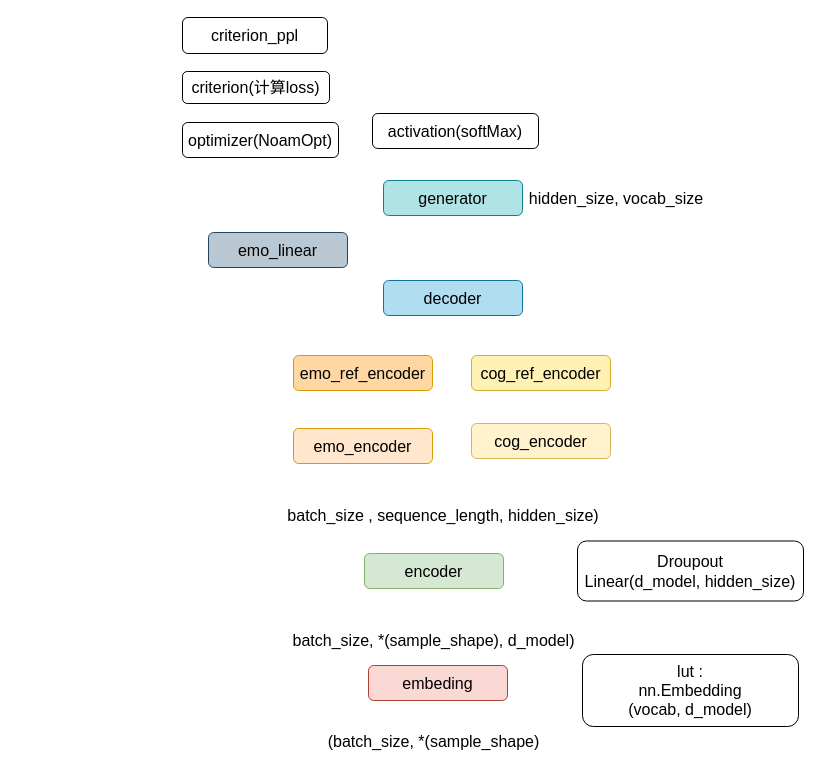
Before: CEM.drawio in ShizhongP/dl-notes, a draw.io diagram. Source tidied: cells renumbered, new cells numbered last; positions are measured from the earlier drawing's top-left corner, leaving out a move shared by most shapes. Both pictures are drawn from the tidied source at 100%, with x=0, y=0 at pixel (182, 17).
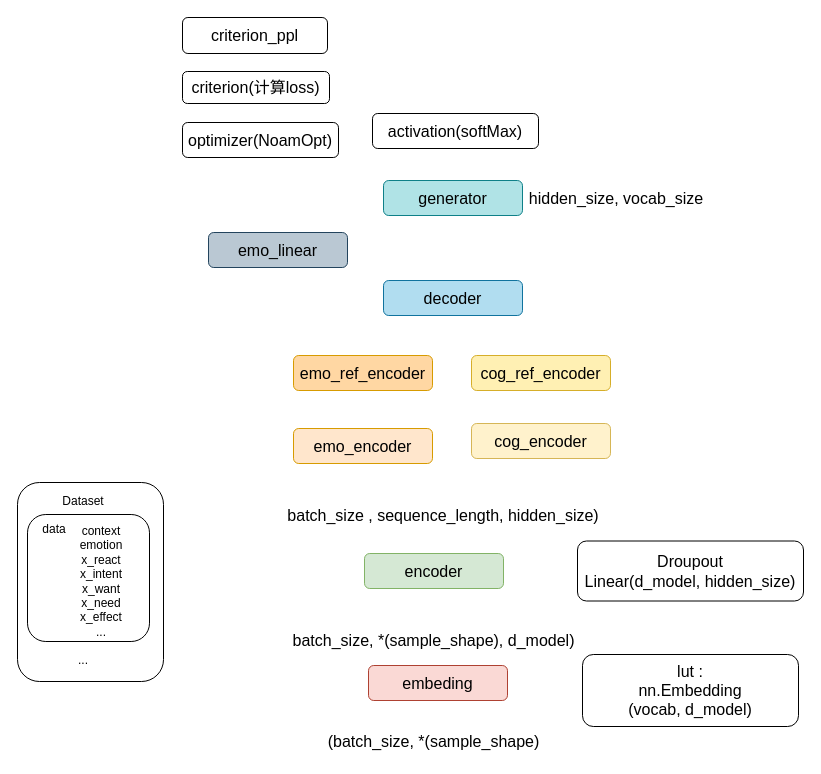
The same diagram, later.

The edit, as a diff of the source:
```diff
@@
+    <mxCell id="21" style="rounded=1;whiteSpace=wrap;html=1;" parent="1" vertex="1">
+      <mxGeometry x="-165" y="465" width="146" height="199" as="geometry" />
+    </mxCell>
+    <mxCell id="22" value="Dataset&lt;div&gt;&lt;br&gt;&lt;/div&gt;" style="text;html=1;align=center;verticalAlign=middle;whiteSpace=wrap;rounded=0;" parent="1" vertex="1">
+      <mxGeometry x="-129" y="476" width="60" height="30" as="geometry" />
+    </mxCell>
+    <mxCell id="23" style="rounded=1;whiteSpace=wrap;html=1;" parent="1" vertex="1">
+      <mxGeometry x="-155" y="497" width="122" height="127" as="geometry" />
+    </mxCell>
+    <mxCell id="24" value="data" style="text;html=1;align=center;verticalAlign=middle;whiteSpace=wrap;rounded=0;" parent="1" vertex="1">
+      <mxGeometry x="-158" y="497" width="60" height="30" as="geometry" />
+    </mxCell>
+    <mxCell id="25" value="context&lt;div&gt;emotion&lt;/div&gt;&lt;div&gt;x_react&lt;/div&gt;&lt;div&gt;x_intent&lt;/div&gt;&lt;div&gt;x_want&lt;/div&gt;&lt;div&gt;x_need&lt;/div&gt;&lt;div&gt;x_effect&lt;/div&gt;&lt;div&gt;...&lt;/div&gt;" style="text;html=1;align=center;verticalAlign=middle;whiteSpace=wrap;rounded=0;" parent="1" vertex="1">
+      <mxGeometry x="-158" y="504" width="154" height="120" as="geometry" />
+    </mxCell>
+    <mxCell id="26" value="..." style="text;html=1;align=center;verticalAlign=middle;whiteSpace=wrap;rounded=0;" parent="1" vertex="1">
+      <mxGeometry x="-129" y="628" width="60" height="30" as="geometry" />
+    </mxCell>
```
